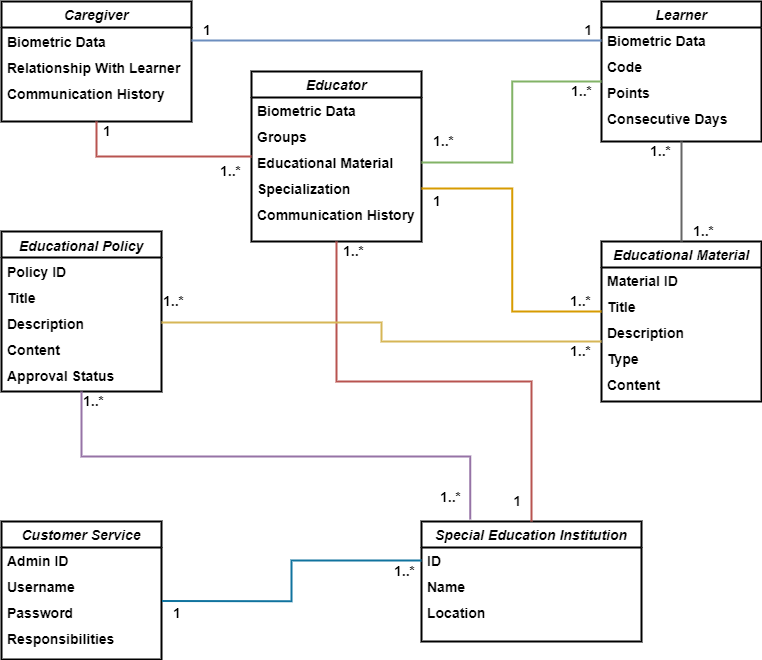
Mohamed-Khlawy/Elserag keeps this draw.io diagram as Diagrams/Flow Chart Maker/Class Diagram.png. Above is the earlier version. Source tidied: cells renumbered, new cells last; positions are measured from the earlier drawing's top-left corner, leaving out a move shared by most shapes.
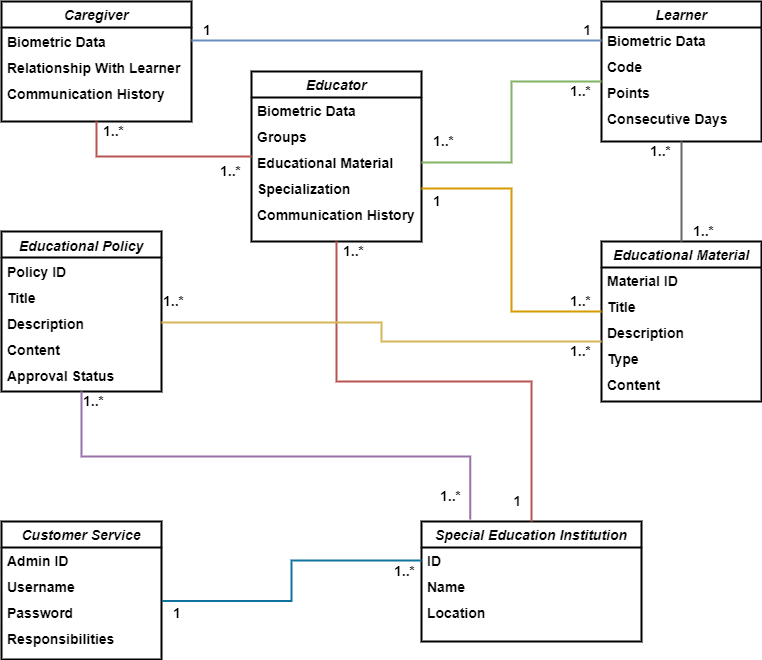
Later version of the same file.

Commit message:
Updated the Class Diagram to make the relation between Caregiver and Educator (Many-to-Many) instead of (One-to-Many)

The edit, as a diff of the source:
```diff
@@ -221,7 +221,7 @@
     <mxCell id="62" style="endArrow=none;html=1;edgeStyle=orthogonalEdgeStyle;rounded=0;exitX=0.5;exitY=1;exitDx=0;exitDy=0;fontSize=12;strokeWidth=2;entryX=0;entryY=0.5;entryDx=0;entryDy=0;fillColor=#f8cecc;gradientColor=#ea6b66;strokeColor=#b85450;" parent="1" edge="1" source="8" target="2">
       <mxGeometry relative="1" as="geometry" />
     </mxCell>
-    <mxCell id="63" value="1" style="edgeLabel;html=1;align=left;verticalAlign=bottom;fontStyle=1;fontSize=14;" parent="62" vertex="1">
+    <mxCell id="63" value="1..*" style="edgeLabel;html=1;align=left;verticalAlign=bottom;fontStyle=1;fontSize=14;" parent="62" vertex="1">
       <mxGeometry x="-1" relative="1" as="geometry">
         <mxPoint x="5" y="20" as="offset" />
       </mxGeometry>
```
